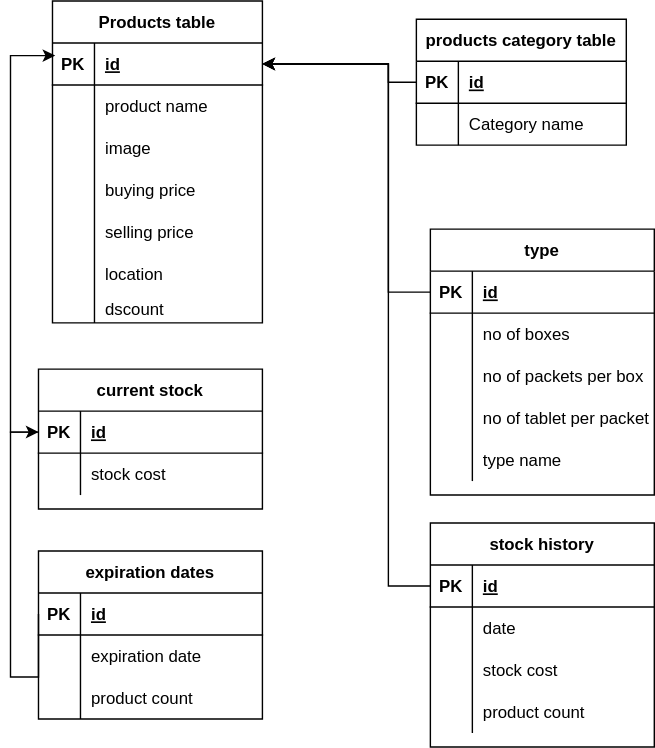
Red-stevo/ChemistSystsemBackend keeps this draw.io diagram as database-diagram/chemsalesDatabase.drawio.svg. Above is the earlier version. Source tidied: cells renumbered, new cells last; positions are measured from the earlier drawing's top-left corner, leaving out a move shared by most shapes.
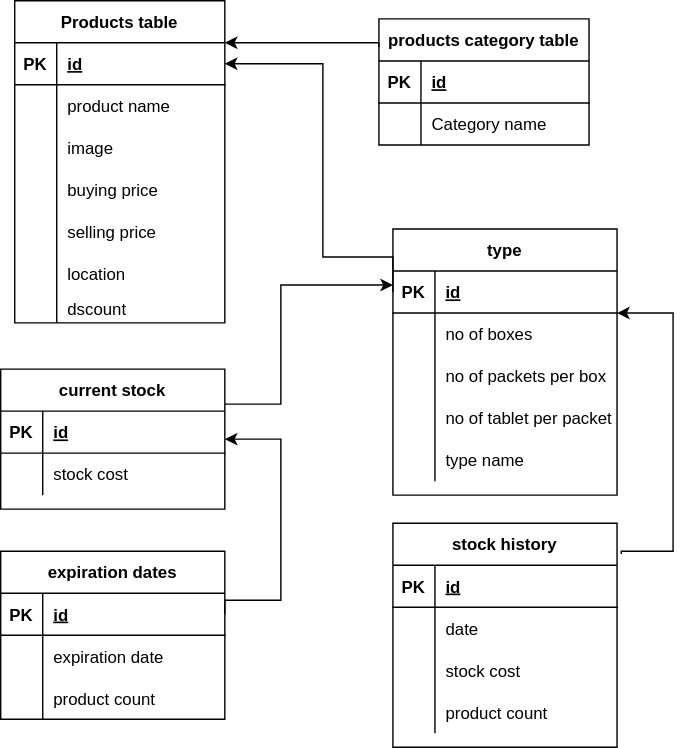
Above is the later version.

Diff of the diagram source:
```diff
@@ -137,22 +137,33 @@
     <mxCell id="46" value="Category name" style="shape=partialRectangle;overflow=hidden;fillColor=none;top=0;left=0;bottom=0;right=0;align=left;spacingLeft=6;" parent="44" vertex="1">
       <mxGeometry x="30" width="120" height="30" as="geometry" />
     </mxCell>
-    <mxCell id="47" style="edgeStyle=orthogonalEdgeStyle;rounded=0;jettySize=auto;html=1;exitX=0;exitY=0.5;exitDx=0;exitDy=0;" parent="1" edge="1" source="41" target="19">
+    <mxCell id="47" style="edgeStyle=orthogonalEdgeStyle;rounded=0;orthogonalLoop=1;jettySize=auto;html=1;" parent="1" edge="1">
       <mxGeometry relative="1" as="geometry">
+        <mxPoint x="290" y="33" as="sourcePoint" />
+        <mxPoint x="180" y="30" as="targetPoint" />
         <Array as="points">
-          <mxPoint x="270" y="58" />
-          <mxPoint x="270" y="45" />
+          <mxPoint x="290" y="30" />
         </Array>
       </mxGeometry>
     </mxCell>
     <mxCell id="48" style="edgeStyle=orthogonalEdgeStyle;rounded=0;jettySize=auto;html=1;exitX=0;exitY=0.5;exitDx=0;exitDy=0;entryX=1;entryY=0.5;entryDx=0;entryDy=0;" parent="1" edge="1" source="3" target="19">
       <mxGeometry relative="1" as="geometry">
         <Array as="points">
-          <mxPoint x="270" y="208" />
-          <mxPoint x="270" y="45" />
+          <mxPoint x="300" y="183" />
+          <mxPoint x="250" y="183" />
+          <mxPoint x="250" y="45" />
         </Array>
       </mxGeometry>
     </mxCell>
+    <mxCell id="82" style="edgeStyle=orthogonalEdgeStyle;rounded=0;jettySize=auto;html=1;exitX=1;exitY=0.25;exitDx=0;exitDy=0;" parent="1" edge="1" source="49">
+      <mxGeometry relative="1" as="geometry">
+        <mxPoint x="300" y="203" as="targetPoint" />
+        <Array as="points">
+          <mxPoint x="220" y="288" />
+          <mxPoint x="220" y="203" />
+        </Array>
+      </mxGeometry>
+    </mxCell>
     <mxCell id="49" value="current stock" style="shape=table;startSize=30;rowLines=0;fontStyle=1;align=center;" parent="1" vertex="1">
       <mxGeometry x="20" y="263" width="160" height="100" as="geometry" />
     </mxCell>
@@ -174,9 +185,6 @@
     <mxCell id="55" value="stock cost" style="shape=partialRectangle;overflow=hidden;fillColor=none;top=0;left=0;bottom=0;right=0;align=left;spacingLeft=6;" parent="53" vertex="1">
       <mxGeometry x="30" width="130" height="30" as="geometry" />
     </mxCell>
-    <mxCell id="56" style="edgeStyle=orthogonalEdgeStyle;rounded=0;jettySize=auto;html=1;exitX=0;exitY=0.5;exitDx=0;exitDy=0;entryX=0.013;entryY=0.3;entryDx=0;entryDy=0;entryPerimeter=0;" parent="1" edge="1" source="50" target="19">
-      <mxGeometry relative="1" as="geometry" />
-    </mxCell>
     <mxCell id="57" value="stock history" style="shape=table;startSize=30;rowLines=0;fontStyle=1;align=center;" parent="1" vertex="1">
       <mxGeometry x="300" y="373" width="160" height="160" as="geometry" />
     </mxCell>
@@ -216,11 +224,14 @@
     <mxCell id="69" value="product count" style="shape=partialRectangle;overflow=hidden;fillColor=none;top=0;left=0;bottom=0;right=0;align=left;spacingLeft=6;" parent="67" vertex="1">
       <mxGeometry x="30" width="130" height="30" as="geometry" />
     </mxCell>
-    <mxCell id="70" style="edgeStyle=orthogonalEdgeStyle;rounded=0;jettySize=auto;html=1;exitX=0;exitY=0.5;exitDx=0;exitDy=0;" parent="1" edge="1" source="58" target="19">
+    <mxCell id="70" style="edgeStyle=orthogonalEdgeStyle;rounded=0;orthogonalLoop=1;jettySize=auto;html=1;" parent="1" edge="1">
       <mxGeometry relative="1" as="geometry">
+        <mxPoint x="463" y="395" as="sourcePoint" />
+        <mxPoint x="460" y="223" as="targetPoint" />
         <Array as="points">
-          <mxPoint x="270" y="418" />
-          <mxPoint x="270" y="45" />
+          <mxPoint x="463" y="393" />
+          <mxPoint x="500" y="393" />
+          <mxPoint x="500" y="223" />
         </Array>
       </mxGeometry>
     </mxCell>
@@ -254,14 +265,14 @@
     <mxCell id="80" value="product count" style="shape=partialRectangle;overflow=hidden;fillColor=none;top=0;left=0;bottom=0;right=0;align=left;spacingLeft=6;" parent="78" vertex="1">
       <mxGeometry x="30" width="130" height="30" as="geometry" />
     </mxCell>
-    <mxCell id="81" style="edgeStyle=orthogonalEdgeStyle;rounded=0;jettySize=auto;html=1;exitX=0;exitY=0.5;exitDx=0;exitDy=0;entryX=0;entryY=0.5;entryDx=0;entryDy=0;" parent="1" edge="1" source="72" target="50">
-      <mxGeometry relative="1" as="geometry">
-        <Array as="points">
-          <mxPoint x="20" y="483" />
-          <mxPoint y="483" />
-          <mxPoint y="308" />
-        </Array>
-      </mxGeometry>
-    </mxCell>
+    <mxCell id="83" style="edgeStyle=orthogonalEdgeStyle;rounded=0;jettySize=auto;html=1;exitX=1;exitY=0.5;exitDx=0;exitDy=0;entryX=1;entryY=0.5;entryDx=0;entryDy=0;" parent="1" edge="1" source="72" target="49">
+      <mxGeometry relative="1" as="geometry">
+        <Array as="points">
+          <mxPoint x="180" y="428" />
+          <mxPoint x="220" y="428" />
+          <mxPoint x="220" y="313" />
+        </Array>
+      </mxGeometry>
+    </mxCell>
   </root>
 </mxGraphModel>
```
